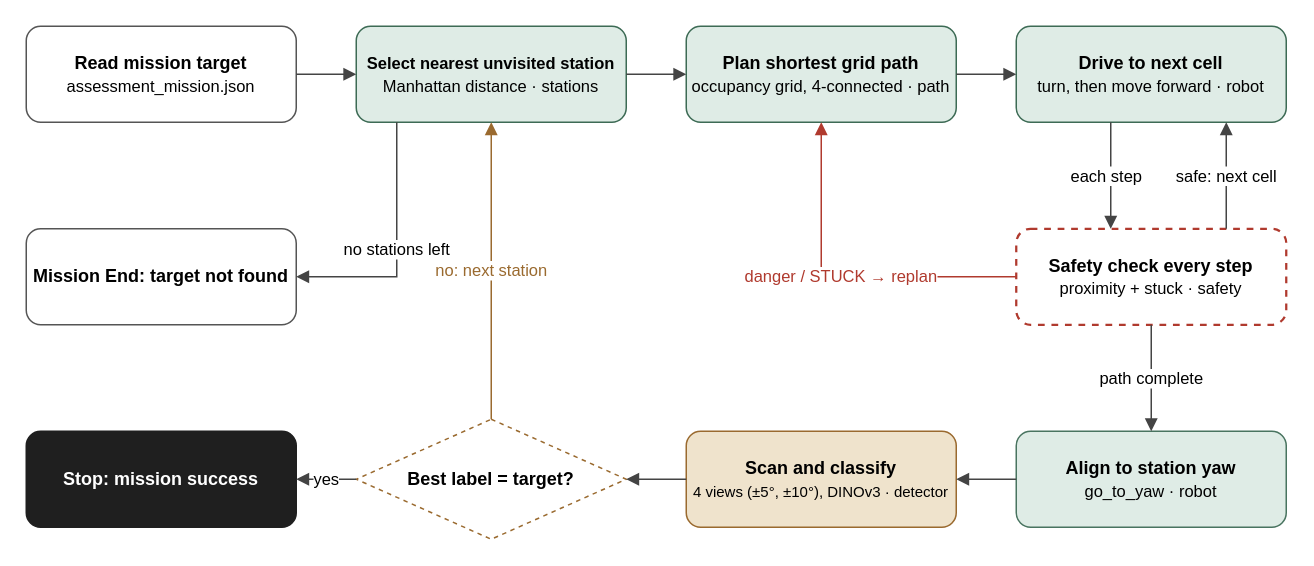
Before: report/figs/system_overview.drawio in manganoisaac/autonomous-object-finder, a draw.io diagram. Source tidied: cells renumbered, new cells numbered last; positions are measured from the earlier drawing's top-left corner, leaving out a move shared by most shapes. Both pictures are drawn from the tidied source at 150%, with x=0, y=0 at pixel (26, 26).
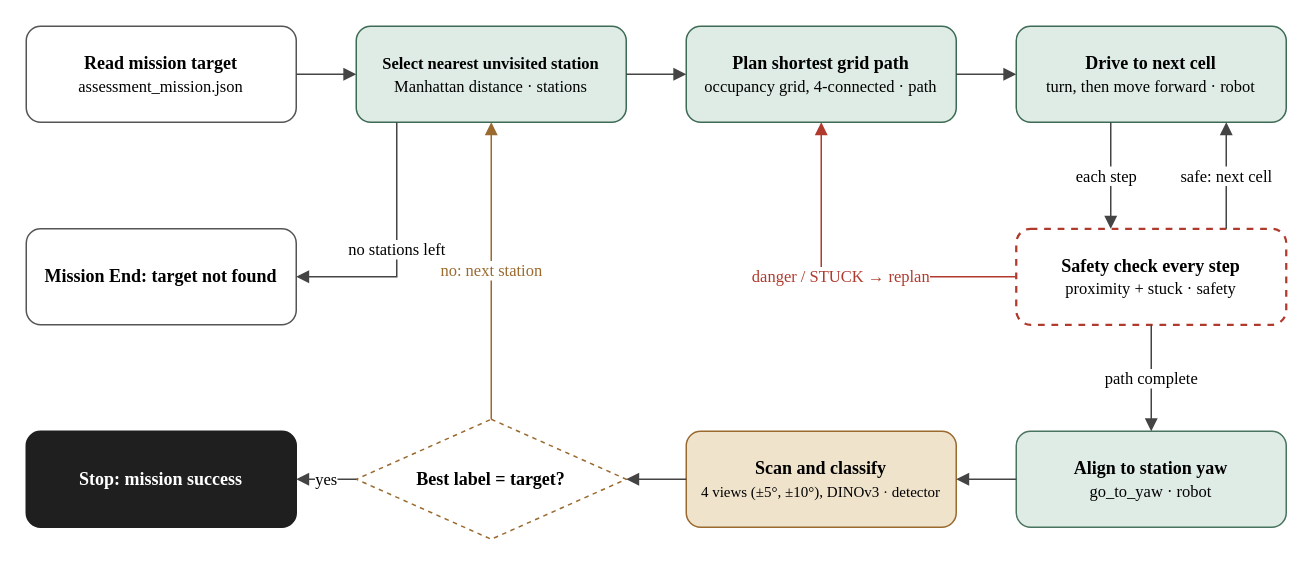
The same page after the edit.

Diff of the diagram source:
```diff
@@
-    <mxCell id="2" value="&lt;font face=&quot;Helvetica&quot;&gt;&lt;b&gt;Read mission target&lt;/b&gt;&lt;br&gt;&lt;font style=&quot;font-size:11px&quot;&gt;assessment_mission.json&lt;/font&gt;&lt;/font&gt;" style="rounded=1;whiteSpace=wrap;html=1;fillColor=#ffffff;strokeColor=#555555;fontSize=12;fontFamily=Helvetica;" parent="1" vertex="1">
+    <mxCell id="2" value="&lt;font face=&quot;Liberation Serif&quot;&gt;&lt;b&gt;Read mission target&lt;/b&gt;&lt;br&gt;&lt;font style=&quot;font-size:11px&quot;&gt;assessment_mission.json&lt;/font&gt;&lt;/font&gt;" style="rounded=1;whiteSpace=wrap;html=1;fillColor=#ffffff;strokeColor=#555555;fontSize=12;fontFamily=Liberation Serif;" parent="1" vertex="1">
       <mxGeometry width="180" height="64" as="geometry" />
     </mxCell>
-    <mxCell id="3" value="&lt;b&gt;&lt;font style=&quot;font-size: 11px;&quot;&gt;Select nearest unvisited station&lt;/font&gt;&lt;/b&gt;&lt;br&gt;&lt;font style=&quot;font-size:11px&quot;&gt;Manhattan distance · stations&lt;/font&gt;" style="rounded=1;whiteSpace=wrap;html=1;fillColor=#dfece6;strokeColor=#3d6b55;fontSize=12;fontFamily=Helvetica;" parent="1" vertex="1">
+    <mxCell id="3" value="&lt;b&gt;&lt;font style=&quot;font-size: 11px;&quot;&gt;Select nearest unvisited station&lt;/font&gt;&lt;/b&gt;&lt;br&gt;&lt;font style=&quot;font-size:11px&quot;&gt;Manhattan distance · stations&lt;/font&gt;" style="rounded=1;whiteSpace=wrap;html=1;fillColor=#dfece6;strokeColor=#3d6b55;fontSize=12;fontFamily=Liberation Serif;" parent="1" vertex="1">
       <mxGeometry x="220" width="180" height="64" as="geometry" />
     </mxCell>
-    <mxCell id="4" value="&lt;b&gt;Plan shortest grid path&lt;/b&gt;&lt;br&gt;&lt;font style=&quot;font-size:11px&quot;&gt;occupancy grid, 4-connected · path&lt;/font&gt;" style="rounded=1;whiteSpace=wrap;html=1;fillColor=#dfece6;strokeColor=#3d6b55;fontSize=12;fontFamily=Helvetica;" parent="1" vertex="1">
+    <mxCell id="4" value="&lt;b&gt;Plan shortest grid path&lt;/b&gt;&lt;br&gt;&lt;font style=&quot;font-size:11px&quot;&gt;occupancy grid, 4-connected · path&lt;/font&gt;" style="rounded=1;whiteSpace=wrap;html=1;fillColor=#dfece6;strokeColor=#3d6b55;fontSize=12;fontFamily=Liberation Serif;" parent="1" vertex="1">
       <mxGeometry x="440" width="180" height="64" as="geometry" />
     </mxCell>
-    <mxCell id="5" value="&lt;b&gt;Drive to next cell&lt;/b&gt;&lt;br&gt;&lt;font style=&quot;font-size:11px&quot;&gt;turn, then move forward · robot&lt;/font&gt;" style="rounded=1;whiteSpace=wrap;html=1;fillColor=#dfece6;strokeColor=#3d6b55;fontSize=12;fontFamily=Helvetica;" parent="1" vertex="1">
+    <mxCell id="5" value="&lt;b&gt;Drive to next cell&lt;/b&gt;&lt;br&gt;&lt;font style=&quot;font-size:11px&quot;&gt;turn, then move forward · robot&lt;/font&gt;" style="rounded=1;whiteSpace=wrap;html=1;fillColor=#dfece6;strokeColor=#3d6b55;fontSize=12;fontFamily=Liberation Serif;" parent="1" vertex="1">
       <mxGeometry x="660" width="180" height="64" as="geometry" />
     </mxCell>
-    <mxCell id="6" value="&lt;b&gt;Safety check every step&lt;/b&gt;&lt;br&gt;&lt;font style=&quot;font-size:11px&quot;&gt;proximity + stuck · safety&lt;/font&gt;" style="rounded=1;whiteSpace=wrap;html=1;dashed=1;fillColor=#ffffff;strokeColor=#b03a2e;strokeWidth=1.5;fontSize=12;fontFamily=Helvetica;" parent="1" vertex="1">
+    <mxCell id="6" value="&lt;b&gt;Safety check every step&lt;/b&gt;&lt;br&gt;&lt;font style=&quot;font-size:11px&quot;&gt;proximity + stuck · safety&lt;/font&gt;" style="rounded=1;whiteSpace=wrap;html=1;dashed=1;fillColor=#ffffff;strokeColor=#b03a2e;strokeWidth=1.5;fontSize=12;fontFamily=Liberation Serif;" parent="1" vertex="1">
       <mxGeometry x="660" y="135" width="180" height="64" as="geometry" />
     </mxCell>
-    <mxCell id="7" value="&lt;b&gt;Align to station yaw&lt;/b&gt;&lt;br&gt;&lt;font style=&quot;font-size:11px&quot;&gt;go_to_yaw · robot&lt;/font&gt;" style="rounded=1;whiteSpace=wrap;html=1;fillColor=light-dark(#dfece6, #332915);strokeColor=light-dark(#497460, #b18855);fontSize=12;fontFamily=Helvetica;" parent="1" vertex="1">
+    <mxCell id="7" value="&lt;b&gt;Align to station yaw&lt;/b&gt;&lt;br&gt;&lt;font style=&quot;font-size:11px&quot;&gt;go_to_yaw · robot&lt;/font&gt;" style="rounded=1;whiteSpace=wrap;html=1;fillColor=light-dark(#dfece6, #332915);strokeColor=light-dark(#497460, #b18855);fontSize=12;fontFamily=Liberation Serif;" parent="1" vertex="1">
       <mxGeometry x="660" y="270" width="180" height="64" as="geometry" />
     </mxCell>
-    <mxCell id="8" value="&lt;b&gt;Scan and classify&lt;/b&gt;&lt;br&gt;&lt;font style=&quot;font-size: 10px;&quot;&gt;4 views (±5°, ±10°), DINOv3 · detector&lt;/font&gt;" style="rounded=1;whiteSpace=wrap;html=1;fillColor=#efe3cc;strokeColor=#9a6a2f;fontSize=12;fontFamily=Helvetica;" parent="1" vertex="1">
+    <mxCell id="8" value="&lt;b&gt;Scan and classify&lt;/b&gt;&lt;br&gt;&lt;font style=&quot;font-size: 10px;&quot;&gt;4 views (±5°, ±10°), DINOv3 · detector&lt;/font&gt;" style="rounded=1;whiteSpace=wrap;html=1;fillColor=#efe3cc;strokeColor=#9a6a2f;fontSize=12;fontFamily=Liberation Serif;" parent="1" vertex="1">
       <mxGeometry x="440" y="270" width="180" height="64" as="geometry" />
     </mxCell>
-    <mxCell id="9" value="&lt;b&gt;Best label = target?&lt;/b&gt;" style="rhombus;whiteSpace=wrap;html=1;fillColor=#ffffff;strokeColor=#9a6a2f;dashed=1;fontSize=12;fontFamily=Helvetica;" parent="1" vertex="1">
+    <mxCell id="9" value="&lt;b&gt;Best label = target?&lt;/b&gt;" style="rhombus;whiteSpace=wrap;html=1;fillColor=#ffffff;strokeColor=#9a6a2f;dashed=1;fontSize=12;fontFamily=Liberation Serif;" parent="1" vertex="1">
       <mxGeometry x="220" y="262" width="180" height="80" as="geometry" />
     </mxCell>
-    <mxCell id="10" value="&lt;b&gt;Stop: mission success&lt;/b&gt;" style="rounded=1;whiteSpace=wrap;html=1;fillColor=#1f1f1f;strokeColor=#1f1f1f;fontColor=#ffffff;fontSize=12;fontFamily=Helvetica;" parent="1" vertex="1">
+    <mxCell id="10" value="&lt;b&gt;Stop: mission success&lt;/b&gt;" style="rounded=1;whiteSpace=wrap;html=1;fillColor=#1f1f1f;strokeColor=#1f1f1f;fontColor=#ffffff;fontSize=12;fontFamily=Liberation Serif;" parent="1" vertex="1">
       <mxGeometry y="270" width="180" height="64" as="geometry" />
     </mxCell>
-    <mxCell id="11" value="&lt;b&gt;Mission End: target not found&lt;/b&gt;" style="rounded=1;whiteSpace=wrap;html=1;fillColor=#ffffff;strokeColor=#555555;fontSize=12;fontFamily=Helvetica;" parent="1" vertex="1">
+    <mxCell id="11" value="&lt;b&gt;Mission End: target not found&lt;/b&gt;" style="rounded=1;whiteSpace=wrap;html=1;fillColor=#ffffff;strokeColor=#555555;fontSize=12;fontFamily=Liberation Serif;" parent="1" vertex="1">
       <mxGeometry y="135" width="180" height="64" as="geometry" />
     </mxCell>
-    <mxCell id="12" style="edgeStyle=orthogonalEdgeStyle;rounded=0;html=1;endArrow=block;endFill=1;strokeColor=#444444;fontSize=11;fontFamily=Helvetica;labelBackgroundColor=#ffffff;" parent="1" edge="1" source="2" target="3">
+    <mxCell id="12" style="edgeStyle=orthogonalEdgeStyle;rounded=0;html=1;endArrow=block;endFill=1;strokeColor=#444444;fontSize=11;fontFamily=Liberation Serif;labelBackgroundColor=#ffffff;" parent="1" edge="1" source="2" target="3">
       <mxGeometry relative="1" as="geometry" />
     </mxCell>
-    <mxCell id="13" style="edgeStyle=orthogonalEdgeStyle;rounded=0;html=1;endArrow=block;endFill=1;strokeColor=#444444;fontSize=11;fontFamily=Helvetica;labelBackgroundColor=#ffffff;" parent="1" edge="1" source="3" target="4">
+    <mxCell id="13" style="edgeStyle=orthogonalEdgeStyle;rounded=0;html=1;endArrow=block;endFill=1;strokeColor=#444444;fontSize=11;fontFamily=Liberation Serif;labelBackgroundColor=#ffffff;" parent="1" edge="1" source="3" target="4">
       <mxGeometry relative="1" as="geometry" />
     </mxCell>
-    <mxCell id="14" style="edgeStyle=orthogonalEdgeStyle;rounded=0;html=1;endArrow=block;endFill=1;strokeColor=#444444;fontSize=11;fontFamily=Helvetica;labelBackgroundColor=#ffffff;" parent="1" edge="1" source="4" target="5">
+    <mxCell id="14" style="edgeStyle=orthogonalEdgeStyle;rounded=0;html=1;endArrow=block;endFill=1;strokeColor=#444444;fontSize=11;fontFamily=Liberation Serif;labelBackgroundColor=#ffffff;" parent="1" edge="1" source="4" target="5">
       <mxGeometry relative="1" as="geometry" />
     </mxCell>
-    <mxCell id="15" value="each step" style="edgeStyle=orthogonalEdgeStyle;rounded=0;html=1;endArrow=block;endFill=1;strokeColor=#444444;fontSize=11;fontFamily=Helvetica;labelBackgroundColor=#ffffff;exitX=0.35;exitY=1;entryX=0.35;entryY=0;" parent="1" edge="1" source="5" target="6">
+    <mxCell id="15" value="each step" style="edgeStyle=orthogonalEdgeStyle;rounded=0;html=1;endArrow=block;endFill=1;strokeColor=#444444;fontSize=11;fontFamily=Liberation Serif;labelBackgroundColor=#ffffff;exitX=0.35;exitY=1;entryX=0.35;entryY=0;" parent="1" edge="1" source="5" target="6">
       <mxGeometry x="0.01" y="-3" relative="1" as="geometry" />
     </mxCell>
-    <mxCell id="16" value="safe: next cell" style="edgeStyle=orthogonalEdgeStyle;rounded=0;html=1;endArrow=block;endFill=1;strokeColor=#444444;fontSize=11;fontFamily=Helvetica;labelBackgroundColor=#ffffff;exitX=0.65;exitY=0;entryX=0.65;entryY=1;" parent="1" edge="1">
+    <mxCell id="16" value="safe: next cell" style="edgeStyle=orthogonalEdgeStyle;rounded=0;html=1;endArrow=block;endFill=1;strokeColor=#444444;fontSize=11;fontFamily=Liberation Serif;labelBackgroundColor=#ffffff;exitX=0.65;exitY=0;entryX=0.65;entryY=1;" parent="1" edge="1">
       <mxGeometry x="-0.01" relative="1" as="geometry">
         <mxPoint x="800" y="135" as="sourcePoint" />
         <mxPoint x="800" y="64" as="targetPoint" />
       </mxGeometry>
     </mxCell>
-    <mxCell id="17" value="danger / STUCK → replan" style="edgeStyle=orthogonalEdgeStyle;rounded=0;html=1;endArrow=block;endFill=1;strokeColor=#b03a2e;fontSize=11;fontFamily=Helvetica;labelBackgroundColor=#ffffff;fontColor=#b03a2e;exitX=0;exitY=0.5;entryX=0.5;entryY=1;" parent="1" edge="1" source="6" target="4">
+    <mxCell id="17" value="danger / STUCK → replan" style="edgeStyle=orthogonalEdgeStyle;rounded=0;html=1;endArrow=block;endFill=1;strokeColor=#b03a2e;fontSize=11;fontFamily=Liberation Serif;labelBackgroundColor=#ffffff;fontColor=#b03a2e;exitX=0;exitY=0.5;entryX=0.5;entryY=1;" parent="1" edge="1" source="6" target="4">
       <mxGeometry relative="1" as="geometry" />
     </mxCell>
-    <mxCell id="18" value="path complete" style="edgeStyle=orthogonalEdgeStyle;rounded=0;html=1;endArrow=block;endFill=1;strokeColor=#444444;fontSize=11;fontFamily=Helvetica;labelBackgroundColor=#ffffff;exitX=0.5;exitY=1;entryX=0.5;entryY=0;" parent="1" edge="1" source="6" target="7">
+    <mxCell id="18" value="path complete" style="edgeStyle=orthogonalEdgeStyle;rounded=0;html=1;endArrow=block;endFill=1;strokeColor=#444444;fontSize=11;fontFamily=Liberation Serif;labelBackgroundColor=#ffffff;exitX=0.5;exitY=1;entryX=0.5;entryY=0;" parent="1" edge="1" source="6" target="7">
       <mxGeometry relative="1" as="geometry" />
     </mxCell>
-    <mxCell id="19" style="edgeStyle=orthogonalEdgeStyle;rounded=0;html=1;endArrow=block;endFill=1;strokeColor=#444444;fontSize=11;fontFamily=Helvetica;labelBackgroundColor=#ffffff;" parent="1" edge="1" source="7" target="8">
+    <mxCell id="19" style="edgeStyle=orthogonalEdgeStyle;rounded=0;html=1;endArrow=block;endFill=1;strokeColor=#444444;fontSize=11;fontFamily=Liberation Serif;labelBackgroundColor=#ffffff;" parent="1" edge="1" source="7" target="8">
       <mxGeometry relative="1" as="geometry" />
     </mxCell>
-    <mxCell id="20" style="edgeStyle=orthogonalEdgeStyle;rounded=0;html=1;endArrow=block;endFill=1;strokeColor=#444444;fontSize=11;fontFamily=Helvetica;labelBackgroundColor=#ffffff;" parent="1" edge="1" source="8" target="9">
+    <mxCell id="20" style="edgeStyle=orthogonalEdgeStyle;rounded=0;html=1;endArrow=block;endFill=1;strokeColor=#444444;fontSize=11;fontFamily=Liberation Serif;labelBackgroundColor=#ffffff;" parent="1" edge="1" source="8" target="9">
       <mxGeometry relative="1" as="geometry" />
     </mxCell>
-    <mxCell id="21" value="yes" style="edgeStyle=orthogonalEdgeStyle;rounded=0;html=1;endArrow=block;endFill=1;strokeColor=#444444;fontSize=11;fontFamily=Helvetica;labelBackgroundColor=#ffffff;" parent="1" edge="1" source="9" target="10">
+    <mxCell id="21" value="yes" style="edgeStyle=orthogonalEdgeStyle;rounded=0;html=1;endArrow=block;endFill=1;strokeColor=#444444;fontSize=11;fontFamily=Liberation Serif;labelBackgroundColor=#ffffff;" parent="1" edge="1" source="9" target="10">
       <mxGeometry relative="1" as="geometry" />
     </mxCell>
-    <mxCell id="22" value="no: next station" style="edgeStyle=orthogonalEdgeStyle;rounded=0;html=1;endArrow=block;endFill=1;strokeColor=#9a6a2f;fontSize=11;fontFamily=Helvetica;labelBackgroundColor=#ffffff;fontColor=#9a6a2f;exitX=0.5;exitY=0;entryX=0.5;entryY=1;" parent="1" edge="1" source="9" target="3">
+    <mxCell id="22" value="no: next station" style="edgeStyle=orthogonalEdgeStyle;rounded=0;html=1;endArrow=block;endFill=1;strokeColor=#9a6a2f;fontSize=11;fontFamily=Liberation Serif;labelBackgroundColor=#ffffff;fontColor=#9a6a2f;exitX=0.5;exitY=0;entryX=0.5;entryY=1;" parent="1" edge="1" source="9" target="3">
       <mxGeometry relative="1" as="geometry" />
     </mxCell>
-    <mxCell id="23" value="no stations left" style="edgeStyle=orthogonalEdgeStyle;rounded=0;html=1;endArrow=block;endFill=1;strokeColor=#444444;fontSize=11;fontFamily=Helvetica;labelBackgroundColor=#ffffff;exitX=0.15;exitY=1;entryX=1;entryY=0.5;" parent="1" edge="1" source="3" target="11">
+    <mxCell id="23" value="no stations left" style="edgeStyle=orthogonalEdgeStyle;rounded=0;html=1;endArrow=block;endFill=1;strokeColor=#444444;fontSize=11;fontFamily=Liberation Serif;labelBackgroundColor=#ffffff;exitX=0.15;exitY=1;entryX=1;entryY=0.5;" parent="1" edge="1" source="3" target="11">
       <mxGeometry relative="1" as="geometry" />
     </mxCell>
```
